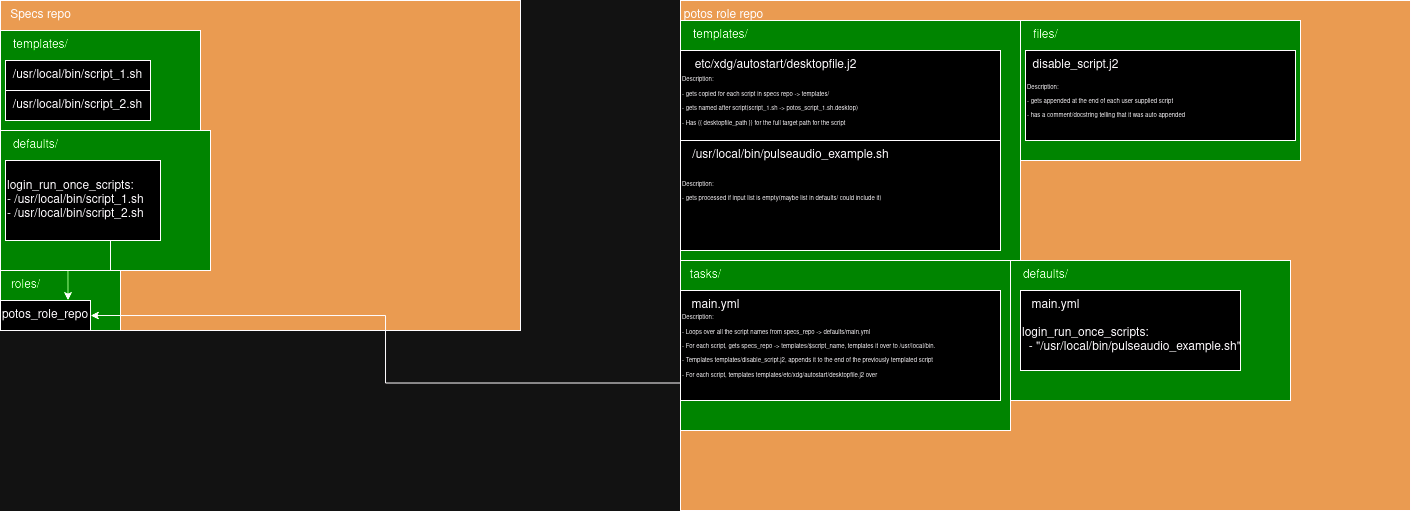
wickdChromosome/ansible-role-potos_xdgautostart keeps this draw.io diagram as role.png. Above is the earlier version. Source tidied: cells renumbered, new cells last; positions are measured from the earlier drawing's top-left corner, leaving out a move shared by most shapes.
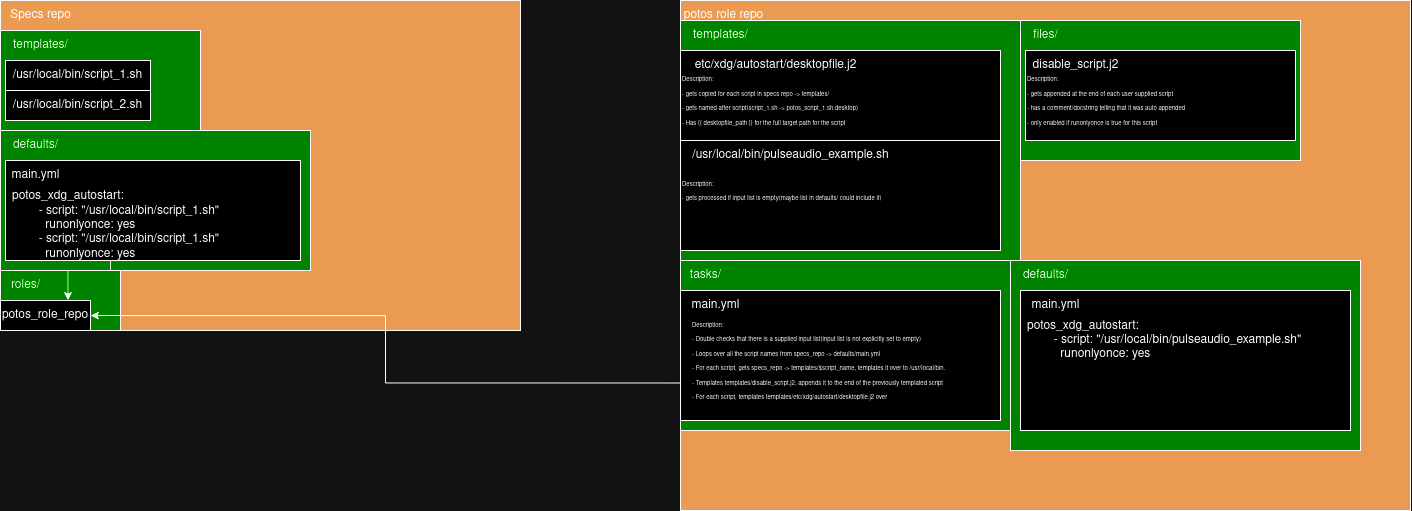
The same diagram one commit later.

Commit message:
chore(): Update flowchart to reflect specs

What changed in the source:
```diff
@@ -12,7 +12,7 @@
       <mxGeometry y="30" width="200" height="100" as="geometry" />
     </mxCell>
     <mxCell id="5" style="whiteSpace=wrap;html=1;fillColor=#1AFF00;" parent="1" vertex="1">
-      <mxGeometry y="130" width="210" height="140" as="geometry" />
+      <mxGeometry y="130" width="310" height="140" as="geometry" />
     </mxCell>
     <mxCell id="6" style="whiteSpace=wrap;html=1;fillColor=#1AFF00;" parent="1" vertex="1">
       <mxGeometry y="270" width="120" height="60" as="geometry" />
@@ -30,10 +30,10 @@
       <mxGeometry x="345" y="50" width="270" height="90" as="geometry" />
     </mxCell>
     <mxCell id="11" style="whiteSpace=wrap;html=1;fillColor=#1AFF00;" parent="7" vertex="1">
-      <mxGeometry x="330" y="260" width="280" height="140" as="geometry" />
+      <mxGeometry x="330" y="260" width="350" height="190" as="geometry" />
     </mxCell>
     <mxCell id="12" style="whiteSpace=wrap;html=1;" parent="7" vertex="1">
-      <mxGeometry x="340" y="290" width="220" height="80" as="geometry" />
+      <mxGeometry x="340" y="290" width="330" height="140" as="geometry" />
     </mxCell>
     <mxCell id="13" style="whiteSpace=wrap;html=1;fillColor=#1AFF00;" parent="7" vertex="1">
       <mxGeometry y="20" width="340" height="240" as="geometry" />
@@ -60,19 +60,19 @@
       <mxGeometry y="260" width="50" height="30" as="geometry" />
     </mxCell>
     <mxCell id="21" style="whiteSpace=wrap;html=1;" parent="7" vertex="1">
-      <mxGeometry y="290" width="320" height="110" as="geometry" />
+      <mxGeometry y="290" width="320" height="130" as="geometry" />
     </mxCell>
     <mxCell id="22" value="main.yml" style="text;html=1;align=center;verticalAlign=middle;strokeColor=none;fillColor=none;" parent="7" vertex="1">
       <mxGeometry y="290" width="70" height="30" as="geometry" />
     </mxCell>
-    <mxCell id="23" value="&lt;div align=&quot;left&quot;&gt;&lt;font style=&quot;font-size: 6px;&quot;&gt;Description:&lt;/font&gt;&lt;br&gt;&lt;font style=&quot;font-size: 6px;&quot;&gt;- Loops over all the script names from specs_repo -&amp;gt; defaults/main.yml&lt;/font&gt;&lt;br&gt;&lt;font style=&quot;font-size: 6px;&quot;&gt;- For each script, gets specs_repo -&amp;gt; templates/$script_name, templates it over to /usr/local/bin.&amp;nbsp;&lt;/font&gt;&lt;/div&gt;&lt;div align=&quot;left&quot;&gt;&lt;font style=&quot;font-size: 6px;&quot;&gt;- Templates templates/disable_script.j2, appends it to the end of the previously templated script&lt;br&gt;&lt;/font&gt;&lt;/div&gt;&lt;div align=&quot;left&quot;&gt;&lt;font style=&quot;font-size: 6px;&quot;&gt;- For each script, templates templates/etc/xdg/autostart/desktopfile.j2 over&lt;br&gt;&lt;/font&gt;&lt;/div&gt;" style="text;html=1;align=left;verticalAlign=middle;strokeColor=none;fillColor=none;" parent="7" vertex="1">
-      <mxGeometry y="300" width="280" height="90" as="geometry" />
+    <mxCell id="23" value="&lt;div align=&quot;left&quot;&gt;&lt;font style=&quot;font-size: 6px;&quot;&gt;Description:&lt;/font&gt;&lt;/div&gt;&lt;div align=&quot;left&quot;&gt;&lt;font style=&quot;font-size: 6px;&quot;&gt;- Double checks that there is a supplied input list(input list is not explicitly set to empty)&lt;/font&gt;&lt;br&gt;&lt;font style=&quot;font-size: 6px;&quot;&gt;- Loops over all the script names from specs_repo -&amp;gt; defaults/main.yml&lt;/font&gt;&lt;br&gt;&lt;font style=&quot;font-size: 6px;&quot;&gt;- For each script, gets specs_repo -&amp;gt; templates/$script_name, templates it over to /usr/local/bin.&amp;nbsp;&lt;/font&gt;&lt;/div&gt;&lt;div align=&quot;left&quot;&gt;&lt;font style=&quot;font-size: 6px;&quot;&gt;- Templates templates/disable_script.j2, appends it to the end of the previously templated script&lt;br&gt;&lt;/font&gt;&lt;/div&gt;&lt;div align=&quot;left&quot;&gt;&lt;font style=&quot;font-size: 6px;&quot;&gt;- For each script, templates templates/etc/xdg/autostart/desktopfile.j2 over&lt;br&gt;&lt;/font&gt;&lt;/div&gt;" style="text;html=1;align=left;verticalAlign=middle;strokeColor=none;fillColor=none;" parent="7" vertex="1">
+      <mxGeometry x="10" y="310" width="280" height="100" as="geometry" />
     </mxCell>
     <mxCell id="24" style="whiteSpace=wrap;html=1;" parent="7" vertex="1">
       <mxGeometry y="140" width="320" height="110" as="geometry" />
     </mxCell>
-    <mxCell id="25" value="&lt;div align=&quot;left&quot;&gt;&lt;font style=&quot;font-size: 6px;&quot;&gt;Description:&lt;/font&gt;&lt;br&gt;&lt;font style=&quot;font-size: 6px;&quot;&gt;- gets appended at the end of each user supplied script&lt;/font&gt;&lt;/div&gt;&lt;div align=&quot;left&quot;&gt;&lt;font style=&quot;font-size: 6px;&quot;&gt;- has a comment/docstring telling that it was auto appended&lt;br&gt;&lt;/font&gt;&lt;/div&gt;" style="text;html=1;align=left;verticalAlign=middle;strokeColor=none;fillColor=none;" parent="7" vertex="1">
-      <mxGeometry x="345" y="70" width="180" height="60" as="geometry" />
+    <mxCell id="25" value="&lt;div align=&quot;left&quot;&gt;&lt;font style=&quot;font-size: 6px;&quot;&gt;Description:&lt;/font&gt;&lt;br&gt;&lt;font style=&quot;font-size: 6px;&quot;&gt;- gets appended at the end of each user supplied script&lt;/font&gt;&lt;/div&gt;&lt;div align=&quot;left&quot;&gt;&lt;font style=&quot;font-size: 6px;&quot;&gt;- has a comment/docstring telling that it was auto appended&lt;br&gt;&lt;/font&gt;&lt;/div&gt;&lt;div align=&quot;left&quot;&gt;&lt;font style=&quot;font-size: 6px;&quot;&gt;- only enabled if runonlyonce is true for this script&lt;br&gt;&lt;/font&gt;&lt;/div&gt;" style="text;html=1;align=left;verticalAlign=middle;strokeColor=none;fillColor=none;" parent="7" vertex="1">
+      <mxGeometry x="345" y="65" width="180" height="70" as="geometry" />
     </mxCell>
     <mxCell id="26" value="/usr/local/bin/pulseaudio_example.sh" style="text;html=1;align=center;verticalAlign=middle;strokeColor=none;fillColor=none;" parent="7" vertex="1">
       <mxGeometry y="140" width="220" height="30" as="geometry" />
@@ -83,8 +83,8 @@
     <mxCell id="28" value="defaults/" style="text;html=1;align=center;verticalAlign=middle;strokeColor=none;fillColor=none;" parent="7" vertex="1">
       <mxGeometry x="330" y="260" width="70" height="30" as="geometry" />
     </mxCell>
-    <mxCell id="29" value="login_run_once_scripts:&lt;br&gt;&amp;nbsp; - &quot;/usr/local/bin/pulseaudio_example.sh&quot;" style="text;html=1;align=left;verticalAlign=middle;strokeColor=none;fillColor=none;" parent="7" vertex="1">
-      <mxGeometry x="340" y="320" width="240" height="40" as="geometry" />
+    <mxCell id="29" value="&lt;div&gt;potos_xdg_autostart:&lt;/div&gt;&lt;div&gt;&lt;span style=&quot;white-space: pre;&quot;&gt;&#9;&lt;/span&gt;- script: &quot;/usr/local/bin/pulseaudio_example.sh&quot;&lt;/div&gt;&lt;div&gt;&lt;span style=&quot;white-space: pre;&quot;&gt;&#9;&lt;/span&gt;&amp;nbsp; runonlyonce: yes&lt;/div&gt;" style="text;html=1;align=left;verticalAlign=middle;strokeColor=none;fillColor=none;" parent="7" vertex="1">
+      <mxGeometry x="345" y="310" width="300" height="60" as="geometry" />
     </mxCell>
     <mxCell id="30" value="main.yml" style="text;html=1;align=center;verticalAlign=middle;strokeColor=none;fillColor=none;" parent="7" vertex="1">
       <mxGeometry x="340" y="290" width="70" height="30" as="geometry" />
@@ -117,7 +117,7 @@
       </mxGeometry>
     </mxCell>
     <mxCell id="38" style="whiteSpace=wrap;html=1;" parent="1" vertex="1">
-      <mxGeometry x="5" y="160" width="155" height="80" as="geometry" />
+      <mxGeometry x="5" y="160" width="295" height="100" as="geometry" />
     </mxCell>
     <mxCell id="39" value="&lt;div&gt;/usr/local/bin/script_2.sh&lt;/div&gt;" style="whiteSpace=wrap;html=1;" parent="1" vertex="1">
       <mxGeometry x="5" y="90" width="145" height="30" as="geometry" />
@@ -128,8 +128,11 @@
     <mxCell id="41" style="edgeStyle=orthogonalEdgeStyle;rounded=0;jettySize=auto;html=1;exitX=0;exitY=0.75;exitDx=0;exitDy=0;" parent="1" edge="1" source="8" target="40">
       <mxGeometry relative="1" as="geometry" />
     </mxCell>
-    <mxCell id="42" value="&lt;div align=&quot;left&quot;&gt;login_run_once_scripts:&lt;/div&gt;&lt;div align=&quot;left&quot;&gt;- /usr/local/bin/script_1.sh&lt;/div&gt;&lt;div align=&quot;left&quot;&gt;- /usr/local/bin/script_2.sh&lt;br&gt;&lt;/div&gt;" style="text;html=1;align=left;verticalAlign=middle;strokeColor=none;fillColor=none;" parent="1" vertex="1">
-      <mxGeometry x="5" y="170" width="160" height="60" as="geometry" />
-    </mxCell>
+    <mxCell id="43" value="&lt;div&gt;potos_xdg_autostart:&lt;/div&gt;&lt;div&gt;&lt;span style=&quot;white-space: pre;&quot;&gt;&#9;&lt;/span&gt;- script: &quot;/usr/local/bin/script_1.sh&quot;&lt;/div&gt;&lt;div&gt;&lt;span style=&quot;white-space: pre;&quot;&gt;&#9;&lt;/span&gt;&amp;nbsp; runonlyonce: yes&lt;/div&gt;&lt;div&gt;&lt;div&gt;&lt;span style=&quot;white-space: pre;&quot;&gt;&#9;&lt;/span&gt;- script: &quot;/usr/local/bin/script_1.sh&quot;&lt;/div&gt;&lt;span style=&quot;white-space: pre;&quot;&gt;&#9;&lt;/span&gt;&amp;nbsp; runonlyonce: yes&lt;/div&gt;" style="text;html=1;align=left;verticalAlign=middle;strokeColor=none;fillColor=none;" parent="1" vertex="1">
+      <mxGeometry x="10" y="180" width="230" height="90" as="geometry" />
+    </mxCell>
+    <mxCell id="44" value="main.yml" style="text;html=1;align=center;verticalAlign=middle;strokeColor=none;fillColor=none;" parent="1" vertex="1">
+      <mxGeometry y="160" width="70" height="30" as="geometry" />
+    </mxCell>
   </root>
 </mxGraphModel>
```
